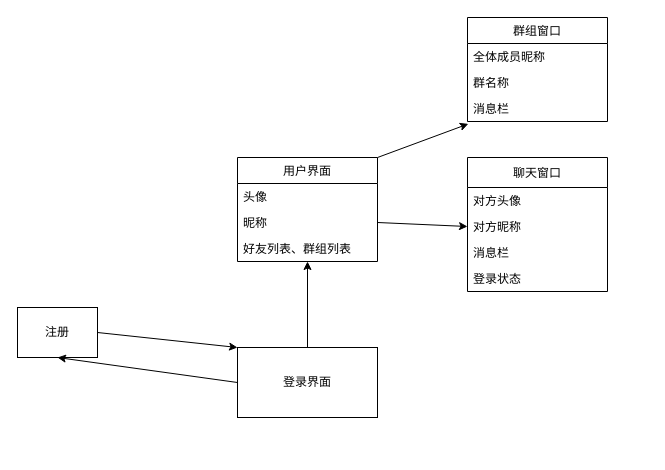
Before: ui.drawio in Snowball-Di/cs2021_qt_chat, a draw.io diagram. Source tidied: cells renumbered, new cells numbered last; positions are measured from the earlier drawing's top-left corner, leaving out a move shared by most shapes. Both pictures are drawn from the tidied source at 100%, with x=0, y=0 at pixel (17, 17).
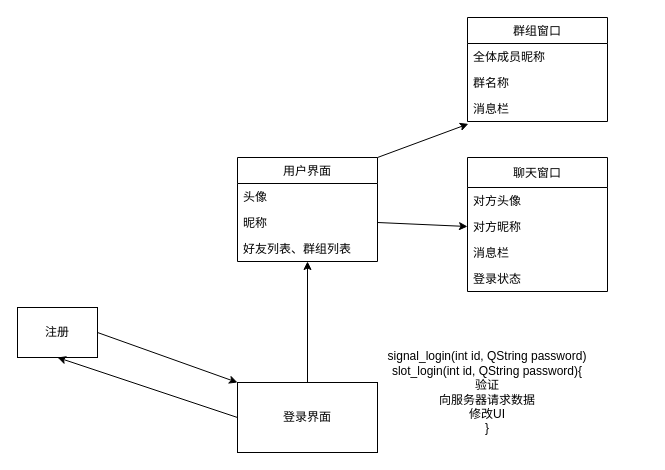
The same diagram, later.

The edit, as a diff of the source:
```diff
@@
     <mxCell id="3" value="登录界面" style="rounded=0;whiteSpace=wrap;html=1;" parent="1" vertex="1">
-      <mxGeometry x="220" y="330" width="140" height="70" as="geometry" />
+      <mxGeometry x="220" y="365" width="140" height="70" as="geometry" />
     </mxCell>
@@
+    <mxCell id="22" value="signal_login(int id, QString password)&lt;br&gt;slot_login(int id, QString password){&lt;br&gt;验证&lt;br&gt;向服务器请求数据&lt;br&gt;修改UI&lt;br&gt;}" style="text;html=1;strokeColor=none;fillColor=none;align=center;verticalAlign=middle;whiteSpace=wrap;rounded=0;" parent="1" vertex="1">
+      <mxGeometry x="310" y="315" width="320" height="120" as="geometry" />
+    </mxCell>
```
